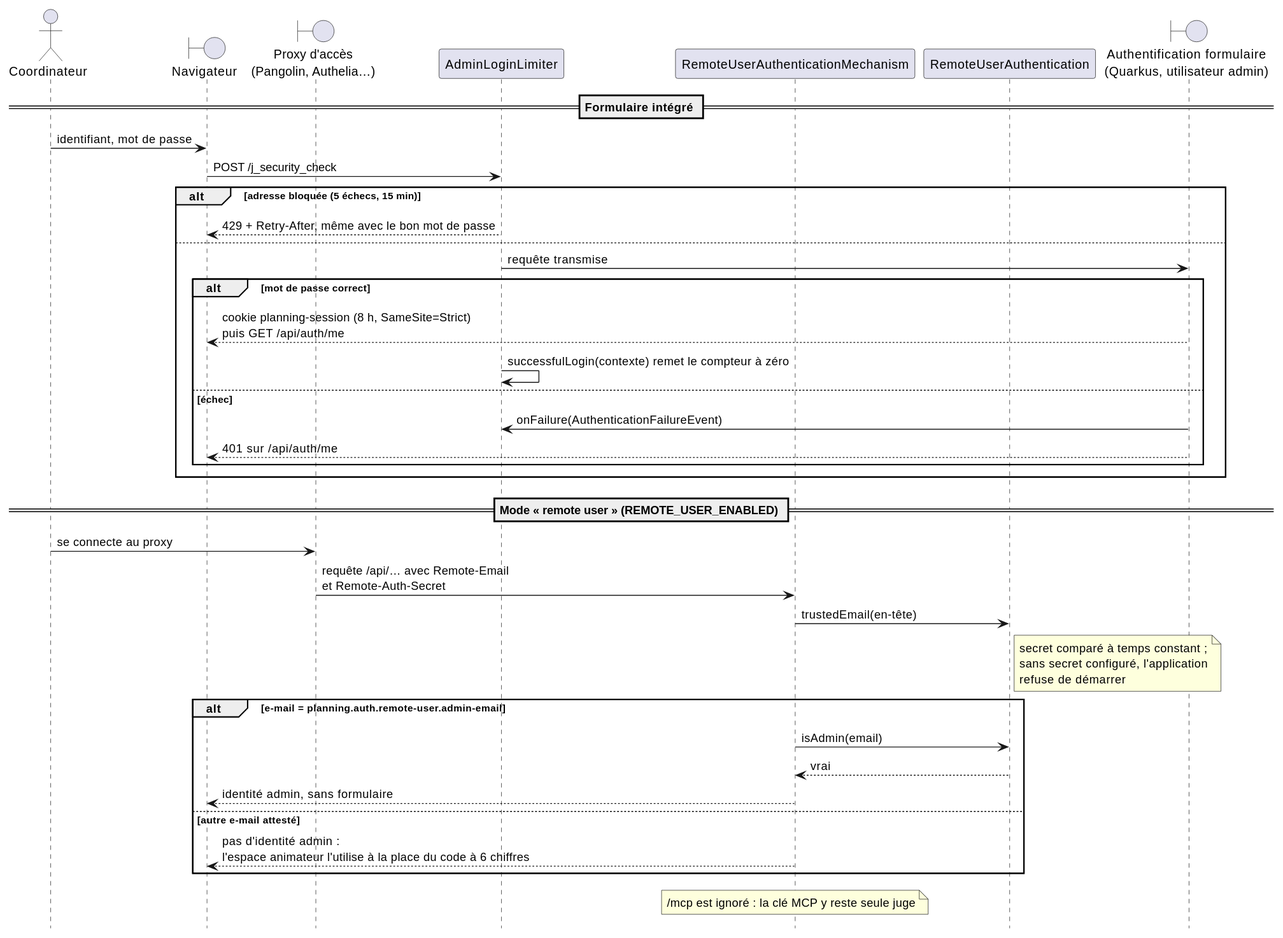
Earlier version of the PlantUML export docs/diagrammes/authentification.svg (sylvainmetayer/planning-equipes).
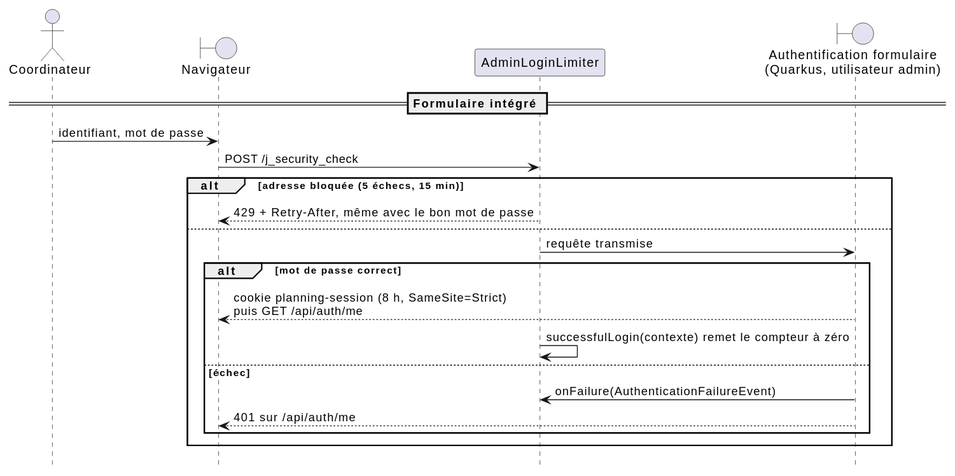
The same file after the commit.

Change to the diagram source:
```diff
@@ -5,10 +5,7 @@
 
 actor "Coordinateur" as admin
 boundary "Navigateur" as front
-boundary "Proxy d'accès\n(Pangolin, Authelia…)" as proxy
 participant AdminLoginLimiter as verrou
-participant RemoteUserAuthenticationMechanism as remote
-participant RemoteUserAuthentication as confiance
 boundary "Authentification formulaire\n(Quarkus, utilisateur admin)" as form
 
 == Formulaire intégré ==
@@ -26,18 +23,4 @@
     form --> front : 401 sur /api/auth/me
   end
 end
-
-== Mode « remote user » (REMOTE_USER_ENABLED) ==
-admin -> proxy : se connecte au proxy
-proxy -> remote : requête /api/… avec Remote-Email\net Remote-Auth-Secret
-remote -> confiance : trustedEmail(en-tête)
-note right of confiance : secret comparé à temps constant ;\nsans secret configuré, l'application\nrefuse de démarrer
-alt e-mail = planning.auth.remote-user.admin-email
-  remote -> confiance : isAdmin(email)
-  confiance --> remote : vrai
-  remote --> front : identité admin, sans formulaire
-else autre e-mail attesté
-  remote --> front : pas d'identité admin :\nl'espace animateur l'utilise à la place du code à 6 chiffres
-end
-note over remote : /mcp est ignoré : la clé MCP y reste seule juge
 @enduml
```
